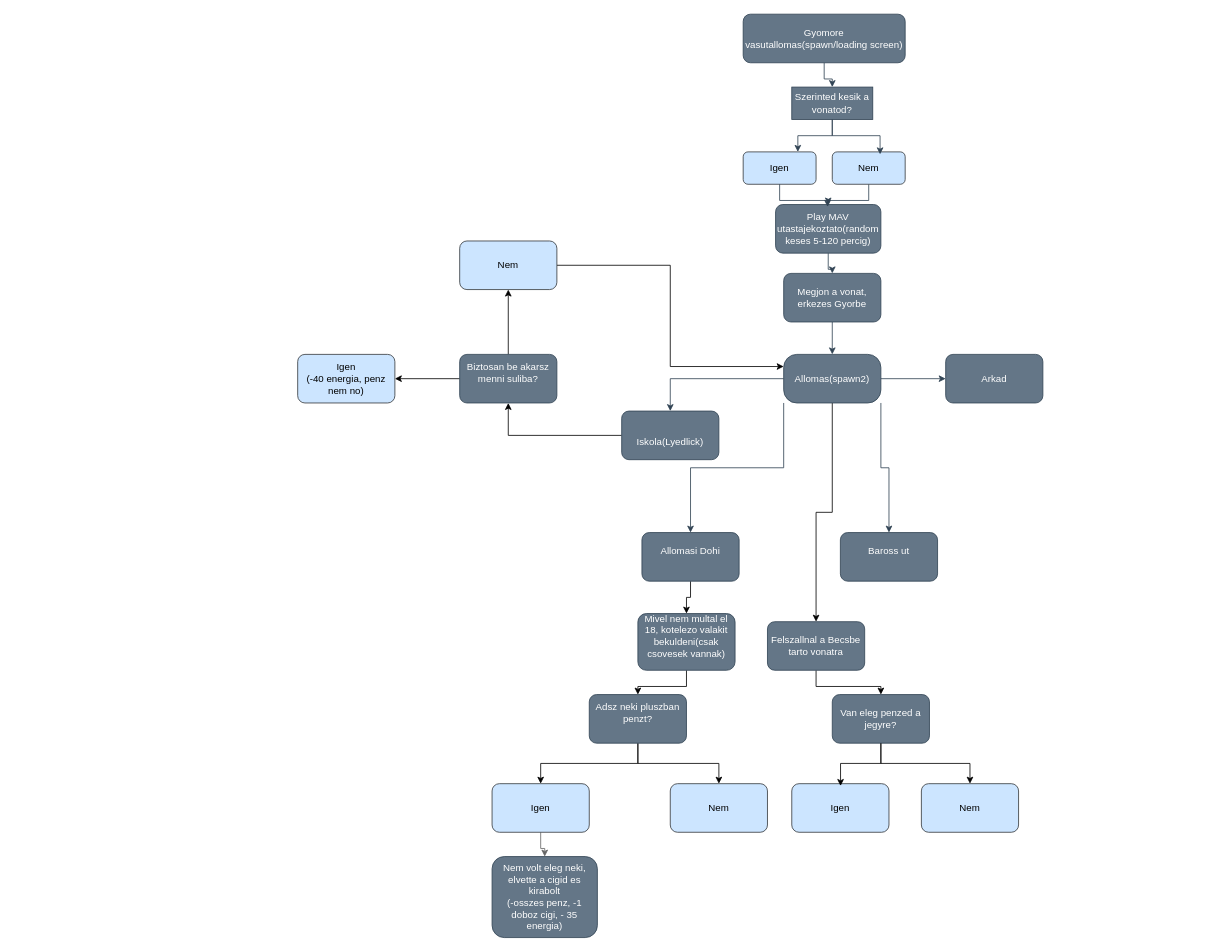
nvkmln/gyorsimulator2 keeps this draw.io diagram as Gyorsimulato2.drawio. Above is the earlier version. Source tidied: cells renumbered, new cells numbered last; positions are measured from the earlier drawing's top-left corner, leaving out a move shared by most shapes. Both pictures are drawn from the tidied source at 81%, with x=0, y=0 at pixel (297, 14).
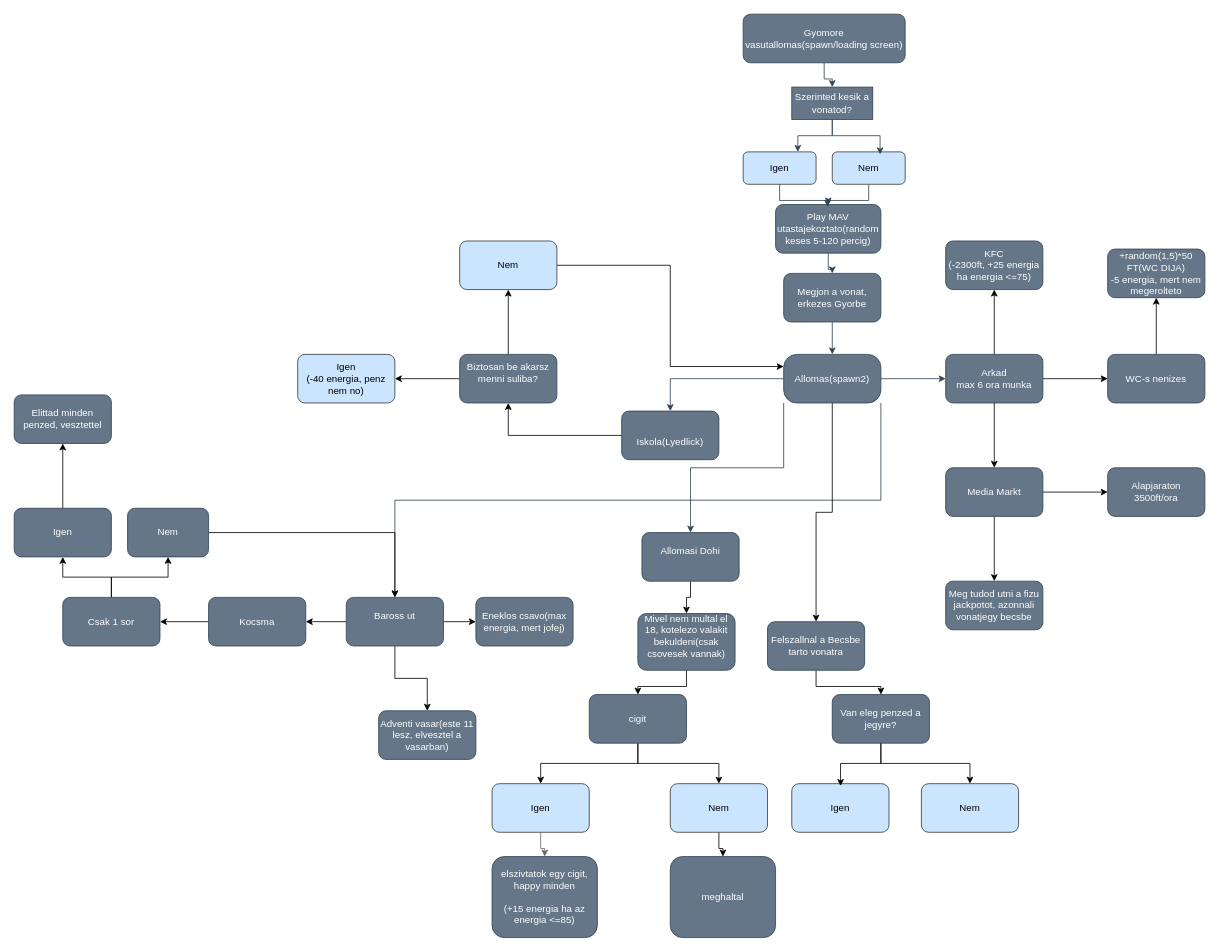
The same page after the edit.

Commit message:
Folyamatabra upgrade

The change refers to these unchanged cells:
```xml
<mxCell id="41" value="Nem" style="whiteSpace=wrap;html=1;fillColor=#cce5ff;strokeColor=#36393d;rounded=1;" parent="1" vertex="1">
  <mxGeometry x="460" y="950" width="120" height="60" as="geometry" />
</mxCell>
```

The edit, as a diff of the source:
```diff
@@
+    <mxCell id="50" style="edgeStyle=orthogonalEdgeStyle;rounded=0;jettySize=auto;html=1;" parent="1" edge="1" source="24" target="58">
+      <mxGeometry relative="1" as="geometry" />
+    </mxCell>
+    <mxCell id="51" style="edgeStyle=orthogonalEdgeStyle;rounded=0;jettySize=auto;html=1;" parent="1" edge="1" source="24" target="60">
+      <mxGeometry relative="1" as="geometry" />
+    </mxCell>
+    <mxCell id="52" style="edgeStyle=orthogonalEdgeStyle;rounded=0;jettySize=auto;html=1;" parent="1" edge="1" source="24" target="64">
+      <mxGeometry relative="1" as="geometry" />
+    </mxCell>
-    <mxCell id="24" value="Arkad" style="whiteSpace=wrap;html=1;rounded=1;fillColor=#647687;fontColor=#ffffff;strokeColor=#314354;" parent="1" vertex="1">
+    <mxCell id="24" value="Arkad&lt;br&gt;max 6 ora munka" style="whiteSpace=wrap;html=1;rounded=1;fillColor=#647687;fontColor=#ffffff;strokeColor=#314354;" parent="1" vertex="1">
       <mxGeometry x="800" y="420" width="120" height="60" as="geometry" />
     </mxCell>
+    <mxCell id="53" style="edgeStyle=orthogonalEdgeStyle;rounded=0;jettySize=auto;html=1;" parent="1" edge="1" source="25" target="67">
+      <mxGeometry relative="1" as="geometry" />
+    </mxCell>
+    <mxCell id="54" style="edgeStyle=orthogonalEdgeStyle;rounded=0;jettySize=auto;html=1;" parent="1" edge="1" source="25" target="68">
+      <mxGeometry relative="1" as="geometry" />
+    </mxCell>
+    <mxCell id="55" style="edgeStyle=orthogonalEdgeStyle;rounded=0;jettySize=auto;html=1;" parent="1" edge="1" source="25" target="70">
+      <mxGeometry relative="1" as="geometry" />
+    </mxCell>
     <mxCell id="25" value="Baross ut&lt;div&gt;&lt;br&gt;&lt;/div&gt;" style="whiteSpace=wrap;html=1;rounded=1;fillColor=#647687;fontColor=#ffffff;strokeColor=#314354;" parent="1" vertex="1">
-      <mxGeometry x="670" y="640" width="120" height="60" as="geometry" />
+      <mxGeometry x="60" y="720" width="120" height="60" as="geometry" />
     </mxCell>
@@
-    <mxCell id="38" value="Adsz neki pluszban penzt?&lt;div&gt;&lt;br&gt;&lt;/div&gt;" style="whiteSpace=wrap;html=1;fillColor=#647687;strokeColor=#314354;fontColor=#ffffff;rounded=1;" parent="1" vertex="1">
+    <mxCell id="38" value="&lt;div&gt;cigit&lt;/div&gt;" style="whiteSpace=wrap;html=1;fillColor=#647687;strokeColor=#314354;fontColor=#ffffff;rounded=1;" parent="1" vertex="1">
       <mxGeometry x="360" y="840" width="120" height="60" as="geometry" />
     </mxCell>
@@
+    <mxCell id="56" style="edgeStyle=orthogonalEdgeStyle;rounded=0;jettySize=auto;html=1;entryX=0.5;entryY=0;entryDx=0;entryDy=0;" parent="1" edge="1" source="41" target="57">
+      <mxGeometry relative="1" as="geometry" />
+    </mxCell>
@@
-    <mxCell id="49" value="Nem volt eleg neki, elvette a cigid es kirabolt&lt;br&gt;(-osszes penz, -1 doboz cigi, - 35 energia)" style="whiteSpace=wrap;html=1;fillColor=#647687;strokeColor=#314354;rounded=1;fontColor=#ffffff;" parent="1" vertex="1">
+    <mxCell id="49" value="elszivtatok egy cigit, happy minden&lt;br&gt;&lt;br&gt;(+15 energia ha az energia &amp;lt;=85)" style="whiteSpace=wrap;html=1;fillColor=#647687;strokeColor=#314354;rounded=1;fontColor=#ffffff;" parent="1" vertex="1">
       <mxGeometry x="240" y="1040" width="130" height="100" as="geometry" />
     </mxCell>
+    <mxCell id="57" value="meghaltal" style="whiteSpace=wrap;html=1;fillColor=#647687;strokeColor=#314354;rounded=1;fontColor=#ffffff;" parent="1" vertex="1">
+      <mxGeometry x="460" y="1040" width="130" height="100" as="geometry" />
+    </mxCell>
+    <mxCell id="58" value="KFC&lt;div&gt;(-2300ft, +25 energia ha energia &amp;lt;=75)&lt;/div&gt;" style="whiteSpace=wrap;html=1;rounded=1;fillColor=#647687;fontColor=#ffffff;strokeColor=#314354;" parent="1" vertex="1">
+      <mxGeometry x="800" y="280" width="120" height="60" as="geometry" />
+    </mxCell>
+    <mxCell id="59" style="edgeStyle=orthogonalEdgeStyle;rounded=0;jettySize=auto;html=1;entryX=0.5;entryY=1;entryDx=0;entryDy=0;" parent="1" edge="1" source="60" target="61">
+      <mxGeometry relative="1" as="geometry" />
+    </mxCell>
+    <mxCell id="60" value="WC-s nenizes" style="whiteSpace=wrap;html=1;rounded=1;fillColor=#647687;fontColor=#ffffff;strokeColor=#314354;" parent="1" vertex="1">
+      <mxGeometry x="1000" y="420" width="120" height="60" as="geometry" />
+    </mxCell>
+    <mxCell id="61" value="+random(1,5)*50 FT(WC DIJA)&lt;br&gt;-5 energia, mert nem megerolteto" style="whiteSpace=wrap;html=1;rounded=1;fillColor=#647687;fontColor=#ffffff;strokeColor=#314354;" parent="1" vertex="1">
+      <mxGeometry x="1000" y="290" width="120" height="60" as="geometry" />
+    </mxCell>
+    <mxCell id="62" style="edgeStyle=orthogonalEdgeStyle;rounded=0;jettySize=auto;html=1;" parent="1" edge="1" source="64" target="65">
+      <mxGeometry relative="1" as="geometry" />
+    </mxCell>
+    <mxCell id="63" style="edgeStyle=orthogonalEdgeStyle;rounded=0;jettySize=auto;html=1;" parent="1" edge="1" source="64" target="66">
+      <mxGeometry relative="1" as="geometry" />
+    </mxCell>
+    <mxCell id="64" value="Media Markt" style="whiteSpace=wrap;html=1;rounded=1;fillColor=#647687;fontColor=#ffffff;strokeColor=#314354;" parent="1" vertex="1">
+      <mxGeometry x="800" y="560" width="120" height="60" as="geometry" />
+    </mxCell>
+    <mxCell id="65" value="Meg tudod utni a fizu jackpotot, azonnali vonatjegy becsbe" style="whiteSpace=wrap;html=1;fillColor=#647687;strokeColor=#314354;fontColor=#ffffff;rounded=1;" parent="1" vertex="1">
+      <mxGeometry x="800" y="700" width="120" height="60" as="geometry" />
+    </mxCell>
+    <mxCell id="66" value="Alapjaraton 3500ft/ora" style="whiteSpace=wrap;html=1;rounded=1;fillColor=#647687;fontColor=#ffffff;strokeColor=#314354;" parent="1" vertex="1">
+      <mxGeometry x="1000" y="560" width="120" height="60" as="geometry" />
+    </mxCell>
+    <mxCell id="67" value="&lt;div&gt;Eneklos csavo(max energia, mert jofej)&lt;/div&gt;" style="whiteSpace=wrap;html=1;rounded=1;fillColor=#647687;fontColor=#ffffff;strokeColor=#314354;" parent="1" vertex="1">
+      <mxGeometry x="220" y="720" width="120" height="60" as="geometry" />
+    </mxCell>
+    <mxCell id="68" value="Adventi vasar(este 11 lesz, elvesztel a vasarban)" style="whiteSpace=wrap;html=1;rounded=1;fillColor=#647687;fontColor=#ffffff;strokeColor=#314354;" parent="1" vertex="1">
+      <mxGeometry x="100" y="860" width="120" height="60" as="geometry" />
+    </mxCell>
+    <mxCell id="69" style="edgeStyle=orthogonalEdgeStyle;rounded=0;jettySize=auto;html=1;" parent="1" edge="1" source="70" target="73">
+      <mxGeometry relative="1" as="geometry" />
+    </mxCell>
+    <mxCell id="70" value="Kocsma" style="whiteSpace=wrap;html=1;rounded=1;fillColor=#647687;fontColor=#ffffff;strokeColor=#314354;" parent="1" vertex="1">
+      <mxGeometry x="-110" y="720" width="120" height="60" as="geometry" />
+    </mxCell>
+    <mxCell id="71" style="edgeStyle=orthogonalEdgeStyle;rounded=0;jettySize=auto;html=1;" parent="1" edge="1" source="73" target="75">
+      <mxGeometry relative="1" as="geometry" />
+    </mxCell>
+    <mxCell id="72" style="edgeStyle=orthogonalEdgeStyle;rounded=0;jettySize=auto;html=1;entryX=0.5;entryY=1;entryDx=0;entryDy=0;" parent="1" edge="1" source="73" target="77">
+      <mxGeometry relative="1" as="geometry" />
+    </mxCell>
+    <mxCell id="73" value="Csak 1 sor" style="whiteSpace=wrap;html=1;rounded=1;fillColor=#647687;fontColor=#ffffff;strokeColor=#314354;" parent="1" vertex="1">
+      <mxGeometry x="-290" y="720" width="120" height="60" as="geometry" />
+    </mxCell>
+    <mxCell id="74" style="edgeStyle=orthogonalEdgeStyle;rounded=0;jettySize=auto;html=1;" parent="1" edge="1" source="75" target="78">
+      <mxGeometry relative="1" as="geometry" />
+    </mxCell>
+    <mxCell id="75" value="Igen" style="whiteSpace=wrap;html=1;rounded=1;fillColor=#647687;fontColor=#ffffff;strokeColor=#314354;" parent="1" vertex="1">
+      <mxGeometry x="-350" y="610" width="120" height="60" as="geometry" />
+    </mxCell>
+    <mxCell id="76" style="edgeStyle=orthogonalEdgeStyle;rounded=0;jettySize=auto;html=1;entryX=0.5;entryY=0;entryDx=0;entryDy=0;" parent="1" edge="1" source="77" target="25">
+      <mxGeometry relative="1" as="geometry" />
+    </mxCell>
+    <mxCell id="77" value="Nem" style="whiteSpace=wrap;html=1;rounded=1;fillColor=#647687;fontColor=#ffffff;strokeColor=#314354;" parent="1" vertex="1">
+      <mxGeometry x="-210" y="610" width="100" height="60" as="geometry" />
+    </mxCell>
+    <mxCell id="78" value="Elittad minden penzed, vesztettel" style="whiteSpace=wrap;html=1;rounded=1;fillColor=#647687;fontColor=#ffffff;strokeColor=#314354;" parent="1" vertex="1">
+      <mxGeometry x="-350" y="470" width="120" height="60" as="geometry" />
+    </mxCell>
```
